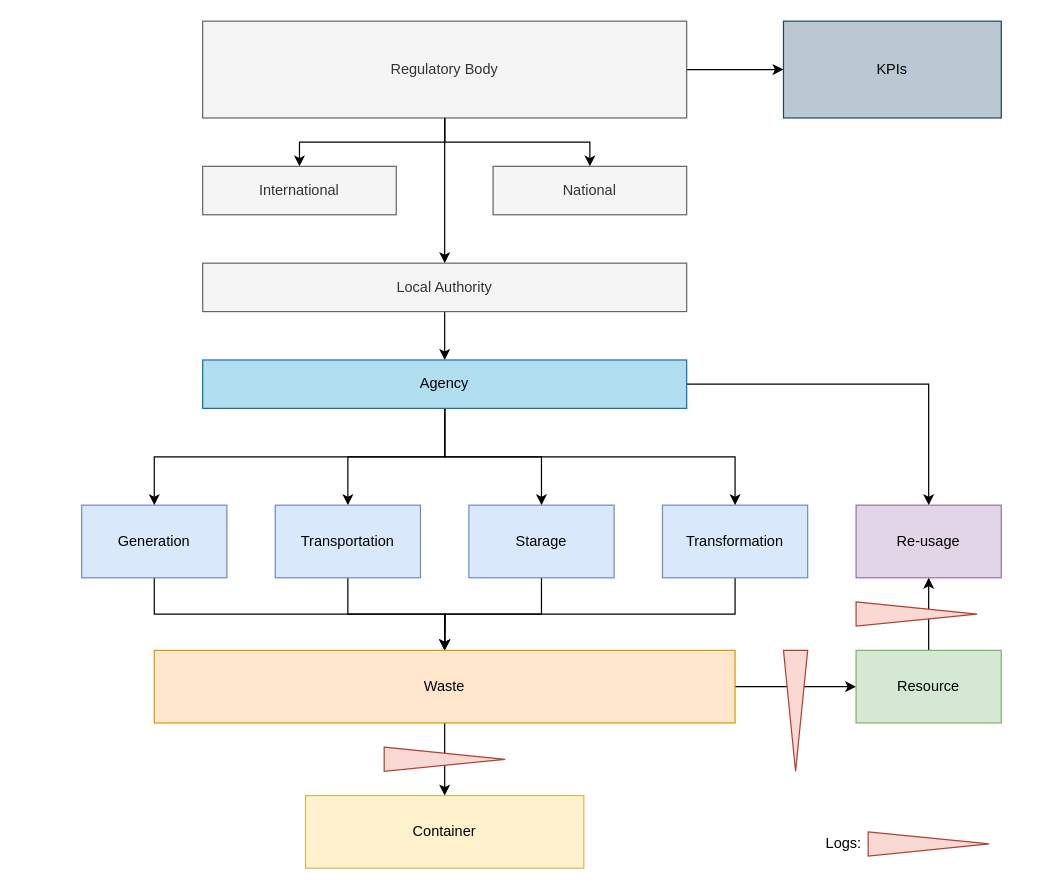
Urban-JonathanCohen/GeneralWasteDataModel keeps this draw.io diagram as TopLevelModel/General.drawio. Above is the earlier version. Source tidied: cells renumbered, new cells numbered last; positions are measured from the earlier drawing's top-left corner, leaving out a move shared by most shapes. Both pictures are drawn from the tidied source at 121%, with x=0, y=0 at pixel (81, 21).
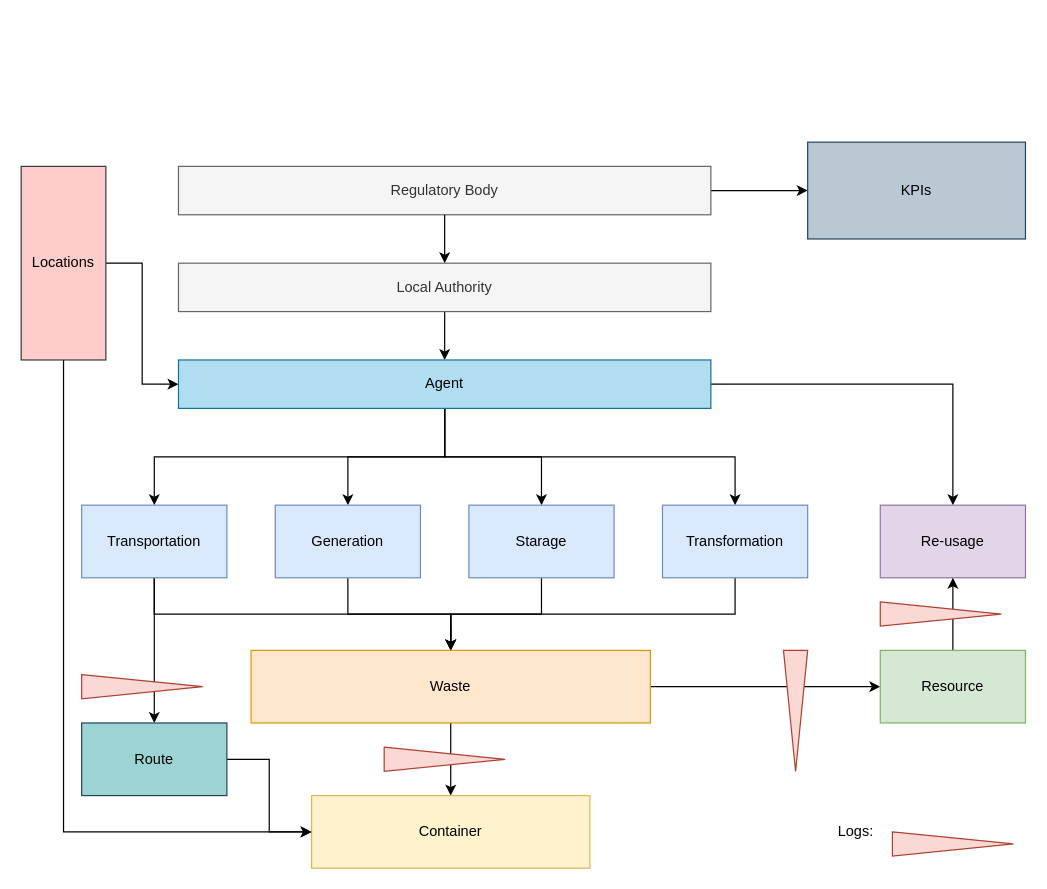
The same page after the edit.

The change refers to these unchanged cells:
```xml
<mxCell id="20" value="Transformation" style="rounded=0;whiteSpace=wrap;html=1;fillColor=#dae8fc;strokeColor=#6c8ebf;" parent="1" vertex="1">
  <mxGeometry x="480" y="400" width="120" height="60" as="geometry" />
</mxCell>
<mxCell id="22" value="Starage" style="rounded=0;whiteSpace=wrap;html=1;fillColor=#dae8fc;strokeColor=#6c8ebf;" parent="1" vertex="1">
  <mxGeometry x="320" y="400" width="120" height="60" as="geometry" />
</mxCell>
```

Diff of the diagram source:
```diff
@@
     <mxCell id="3" value="Regulatory Body" style="rounded=0;whiteSpace=wrap;html=1;fillColor=#f5f5f5;strokeColor=#666666;fontColor=#333333;" parent="1" vertex="1">
-      <mxGeometry x="100" width="400" height="80" as="geometry" />
+      <mxGeometry x="80" y="120" width="440" height="40" as="geometry" />
     </mxCell>
-    <mxCell id="4" style="edgeStyle=orthogonalEdgeStyle;rounded=0;jettySize=auto;html=1;entryX=0.5;entryY=0;entryDx=0;entryDy=0;" parent="1" edge="1" source="3" target="5">
-      <mxGeometry relative="1" as="geometry" />
-    </mxCell>
-    <mxCell id="5" value="International" style="rounded=0;whiteSpace=wrap;html=1;fillColor=#f5f5f5;strokeColor=#666666;fontColor=#333333;" parent="1" vertex="1">
-      <mxGeometry x="100" y="120" width="160" height="40" as="geometry" />
-    </mxCell>
     <mxCell id="6" value="KPIs" style="rounded=0;whiteSpace=wrap;html=1;fillColor=#bac8d3;strokeColor=#23445d;" parent="1" vertex="1">
-      <mxGeometry x="580" width="180" height="80" as="geometry" />
+      <mxGeometry x="600" y="100" width="180" height="80" as="geometry" />
     </mxCell>
-    <mxCell id="7" style="edgeStyle=orthogonalEdgeStyle;rounded=0;jettySize=auto;html=1;exitX=0.5;exitY=1;exitDx=0;exitDy=0;" parent="1" edge="1" source="3" target="8">
-      <mxGeometry relative="1" as="geometry" />
-    </mxCell>
-    <mxCell id="8" value="National" style="rounded=0;whiteSpace=wrap;html=1;fillColor=#f5f5f5;strokeColor=#666666;fontColor=#333333;" parent="1" vertex="1">
-      <mxGeometry x="340" y="120" width="160" height="40" as="geometry" />
-    </mxCell>
@@
     <mxCell id="10" style="edgeStyle=orthogonalEdgeStyle;rounded=0;jettySize=auto;html=1;entryX=0.5;entryY=0;entryDx=0;entryDy=0;" parent="1" edge="1" source="11" target="28">
-      <mxGeometry relative="1" as="geometry" />
+      <mxGeometry relative="1" as="geometry">
+        <Array as="points">
+          <mxPoint x="60" y="490" />
+          <mxPoint x="305" y="490" />
+        </Array>
+      </mxGeometry>
     </mxCell>
+    <mxCell id="38" style="edgeStyle=orthogonalEdgeStyle;rounded=0;jettySize=auto;html=1;" parent="1" edge="1" source="11" target="41">
+      <mxGeometry relative="1" as="geometry" />
+    </mxCell>
-    <mxCell id="11" value="Generation" style="rounded=0;whiteSpace=wrap;html=1;fillColor=#dae8fc;strokeColor=#6c8ebf;" parent="1" vertex="1">
+    <mxCell id="11" value="Transportation" style="rounded=0;whiteSpace=wrap;html=1;fillColor=#dae8fc;strokeColor=#6c8ebf;" parent="1" vertex="1">
       <mxGeometry y="400" width="120" height="60" as="geometry" />
     </mxCell>
@@
     <mxCell id="18" value="Local Authority" style="rounded=0;whiteSpace=wrap;html=1;fillColor=#f5f5f5;strokeColor=#666666;fontColor=#333333;" parent="1" vertex="1">
-      <mxGeometry x="100" y="200" width="400" height="40" as="geometry" />
+      <mxGeometry x="80" y="200" width="440" height="40" as="geometry" />
     </mxCell>
     <mxCell id="19" style="edgeStyle=orthogonalEdgeStyle;rounded=0;jettySize=auto;html=1;entryX=0.5;entryY=0;entryDx=0;entryDy=0;" parent="1" edge="1" source="20" target="28">
-      <mxGeometry relative="1" as="geometry" />
+      <mxGeometry relative="1" as="geometry">
+        <Array as="points">
+          <mxPoint x="540" y="490" />
+          <mxPoint x="305" y="490" />
+        </Array>
+      </mxGeometry>
     </mxCell>
@@
-    <mxCell id="21" style="edgeStyle=orthogonalEdgeStyle;rounded=0;jettySize=auto;html=1;exitX=0.5;exitY=1;exitDx=0;exitDy=0;" parent="1" edge="1" source="22">
-      <mxGeometry relative="1" as="geometry">
-        <mxPoint x="300" y="520" as="targetPoint" />
-      </mxGeometry>
+    <mxCell id="21" style="edgeStyle=orthogonalEdgeStyle;rounded=0;jettySize=auto;html=1;exitX=0.5;exitY=1;exitDx=0;exitDy=0;entryX=0.5;entryY=0;entryDx=0;entryDy=0;" parent="1" edge="1" source="22" target="28">
+      <mxGeometry relative="1" as="geometry" />
     </mxCell>
@@
-    <mxCell id="24" value="Transportation" style="rounded=0;whiteSpace=wrap;html=1;fillColor=#dae8fc;strokeColor=#6c8ebf;" parent="1" vertex="1">
+    <mxCell id="24" value="Generation" style="rounded=0;whiteSpace=wrap;html=1;fillColor=#dae8fc;strokeColor=#6c8ebf;" parent="1" vertex="1">
       <mxGeometry x="160" y="400" width="120" height="60" as="geometry" />
     </mxCell>
     <mxCell id="25" value="Re-usage" style="rounded=0;whiteSpace=wrap;html=1;fillColor=#e1d5e7;strokeColor=#9673a6;" parent="1" vertex="1">
-      <mxGeometry x="640" y="400" width="120" height="60" as="geometry" />
+      <mxGeometry x="660" y="400" width="120" height="60" as="geometry" />
     </mxCell>
@@
+    <mxCell id="39" style="edgeStyle=orthogonalEdgeStyle;rounded=0;jettySize=auto;html=1;" parent="1" edge="1" source="28">
+      <mxGeometry relative="1" as="geometry">
+        <mxPoint x="305" y="530" as="targetPoint" />
+      </mxGeometry>
+    </mxCell>
     <mxCell id="28" value="Waste" style="rounded=0;whiteSpace=wrap;html=1;fillColor=#ffe6cc;strokeColor=#d79b00;" parent="1" vertex="1">
-      <mxGeometry x="60" y="520" width="480" height="60" as="geometry" />
+      <mxGeometry x="140" y="520" width="330" height="60" as="geometry" />
     </mxCell>
@@
     <mxCell id="30" value="Resource" style="rounded=0;whiteSpace=wrap;html=1;fillColor=#d5e8d4;strokeColor=#82b366;" parent="1" vertex="1">
-      <mxGeometry x="640" y="520" width="120" height="60" as="geometry" />
+      <mxGeometry x="660" y="520" width="120" height="60" as="geometry" />
     </mxCell>
     <mxCell id="31" value="Container" style="rounded=0;whiteSpace=wrap;html=1;fillColor=#fff2cc;strokeColor=#d6b656;" parent="1" vertex="1">
-      <mxGeometry x="185" y="640" width="230" height="60" as="geometry" />
+      <mxGeometry x="190" y="640" width="230" height="60" as="geometry" />
     </mxCell>
-    <mxCell id="32" value="Agency" style="rounded=0;whiteSpace=wrap;html=1;fillColor=#b1ddf0;strokeColor=#10739e;" parent="1" vertex="1">
-      <mxGeometry x="100" y="280" width="400" height="40" as="geometry" />
+    <mxCell id="32" value="Agent" style="rounded=0;whiteSpace=wrap;html=1;fillColor=#b1ddf0;strokeColor=#10739e;" parent="1" vertex="1">
+      <mxGeometry x="80" y="280" width="440" height="40" as="geometry" />
     </mxCell>
@@
     <mxCell id="34" style="triangle;whiteSpace=wrap;html=1;fillColor=#fad9d5;strokeColor=#ae4132;" parent="1" vertex="1">
-      <mxGeometry x="640" y="480" width="100" height="20" as="geometry" />
+      <mxGeometry x="660" y="480" width="100" height="20" as="geometry" />
     </mxCell>
@@
     <mxCell id="36" style="triangle;whiteSpace=wrap;html=1;fillColor=#fad9d5;strokeColor=#ae4132;" parent="1" vertex="1">
-      <mxGeometry x="650" y="670" width="100" height="20" as="geometry" />
+      <mxGeometry x="670" y="670" width="100" height="20" as="geometry" />
     </mxCell>
     <mxCell id="37" value="Logs:" style="text;html=1;strokeColor=none;fillColor=none;align=center;verticalAlign=middle;whiteSpace=wrap;rounded=0;" parent="1" vertex="1">
-      <mxGeometry x="610" y="670" width="40" height="20" as="geometry" />
+      <mxGeometry x="620" y="660" width="40" height="20" as="geometry" />
     </mxCell>
+    <mxCell id="40" style="edgeStyle=orthogonalEdgeStyle;rounded=0;jettySize=auto;html=1;" parent="1" edge="1" source="41" target="31">
+      <mxGeometry relative="1" as="geometry" />
+    </mxCell>
+    <mxCell id="41" value="Route" style="rounded=0;whiteSpace=wrap;html=1;strokeColor=#23445d;fillColor=#9ED3D3;" parent="1" vertex="1">
+      <mxGeometry y="580" width="120" height="60" as="geometry" />
+    </mxCell>
+    <mxCell id="42" style="triangle;whiteSpace=wrap;html=1;fillColor=#fad9d5;strokeColor=#ae4132;" parent="1" vertex="1">
+      <mxGeometry y="540" width="100" height="20" as="geometry" />
+    </mxCell>
+    <mxCell id="43" style="edgeStyle=orthogonalEdgeStyle;rounded=0;jettySize=auto;html=1;entryX=0;entryY=0.5;entryDx=0;entryDy=0;" parent="1" edge="1" source="45" target="31">
+      <mxGeometry relative="1" as="geometry">
+        <Array as="points">
+          <mxPoint x="-15" y="670" />
+        </Array>
+      </mxGeometry>
+    </mxCell>
+    <mxCell id="44" style="edgeStyle=orthogonalEdgeStyle;rounded=0;jettySize=auto;html=1;" parent="1" edge="1" source="45" target="32">
+      <mxGeometry relative="1" as="geometry" />
+    </mxCell>
+    <mxCell id="45" value="Locations" style="rounded=0;whiteSpace=wrap;html=1;fillColor=#ffcccc;strokeColor=#36393d;" parent="1" vertex="1">
+      <mxGeometry x="-50" y="120" width="70" height="160" as="geometry" />
+    </mxCell>
```
